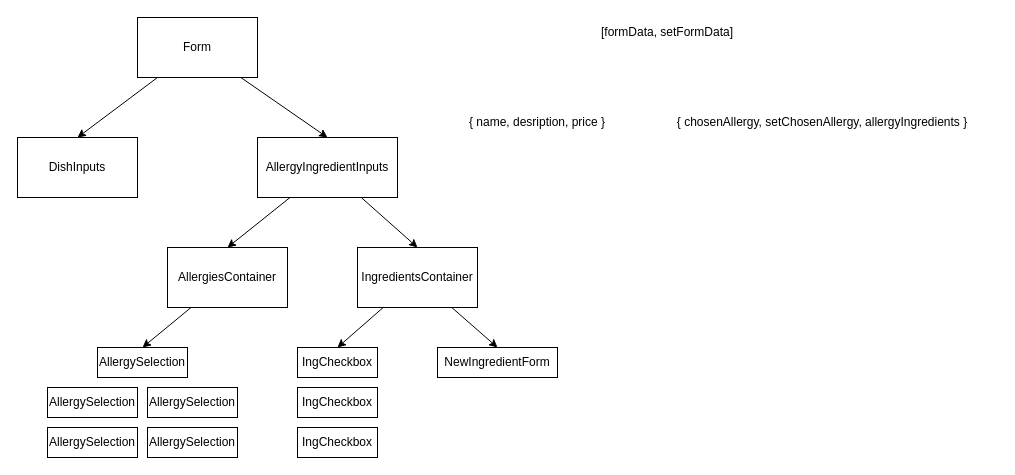
Earlier version of the draw.io diagram v2.drawio (matthewkohn/allergy-tracker-client). Source tidied: cells renumbered, new cells numbered last; positions are measured from the earlier drawing's top-left corner, leaving out a move shared by most shapes. Both pictures are drawn from the tidied source at 100%, with x=0, y=0 at pixel (17, 17).
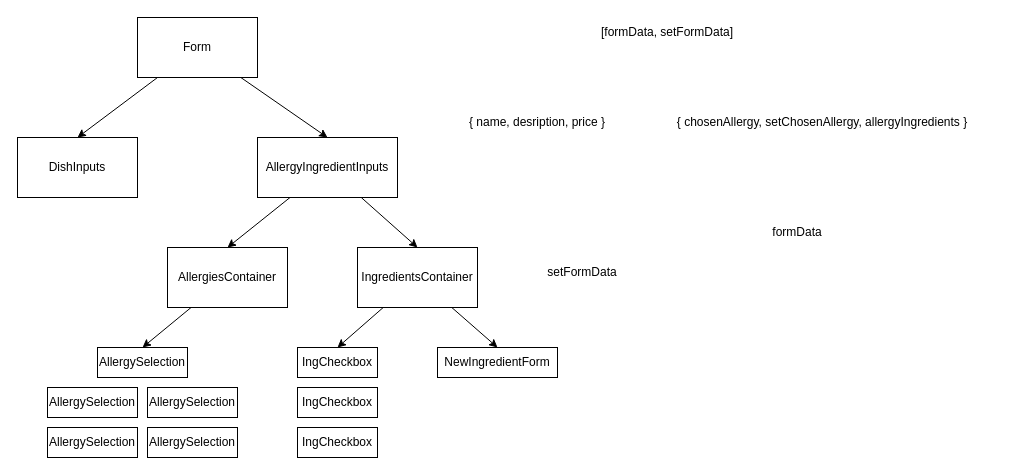
Above is the later version.

Commit message (it also covers changes not shown here):
Reorganize formData

Change to the diagram source:
```diff
@@
+    <mxCell id="26" value="formData" style="text;html=1;strokeColor=none;fillColor=none;align=center;verticalAlign=middle;whiteSpace=wrap;rounded=0;" parent="1" vertex="1">
+      <mxGeometry x="750" y="200" width="60" height="30" as="geometry" />
+    </mxCell>
+    <mxCell id="27" value="setFormData" style="text;html=1;strokeColor=none;fillColor=none;align=center;verticalAlign=middle;whiteSpace=wrap;rounded=0;" parent="1" vertex="1">
+      <mxGeometry x="520" y="240" width="90" height="30" as="geometry" />
+    </mxCell>
```
